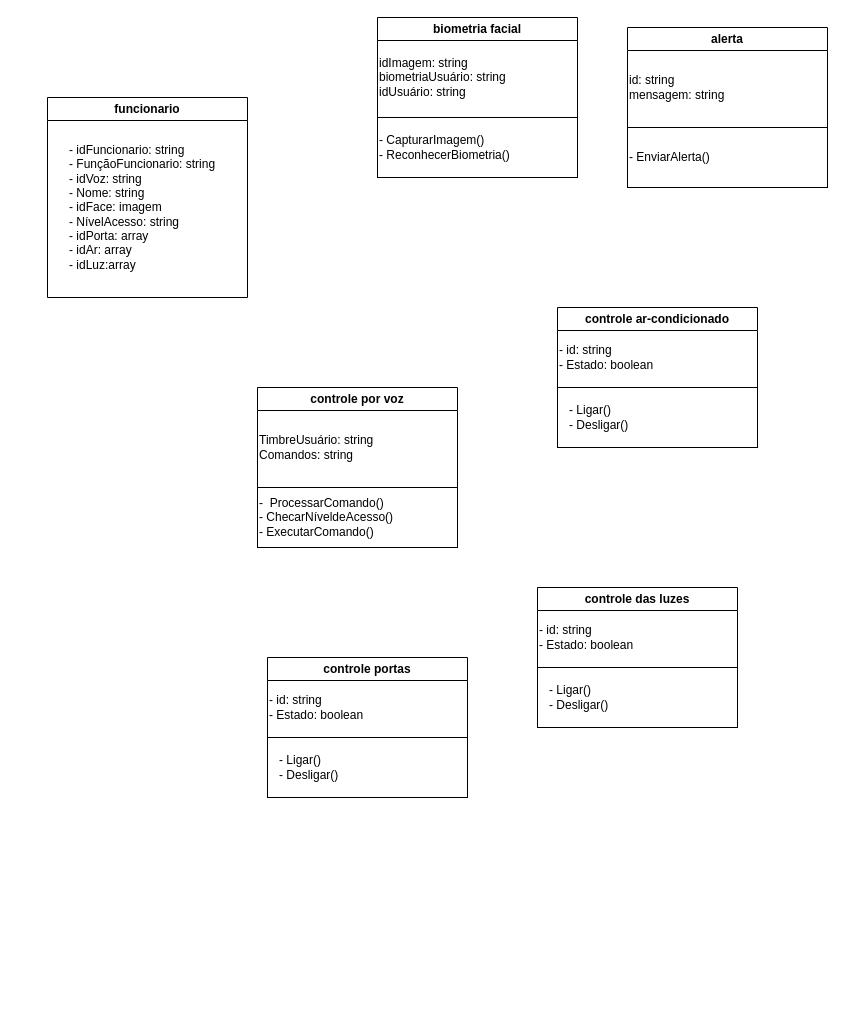
Before: diagrama de classe.drawio in kauemelenek/Banco-de-dados, a draw.io diagram. Source tidied: cells renumbered, new cells numbered last; positions are measured from the earlier drawing's top-left corner, leaving out a move shared by most shapes. Both pictures are drawn from the tidied source at 100%, with x=0, y=0 at pixel (47, 17).
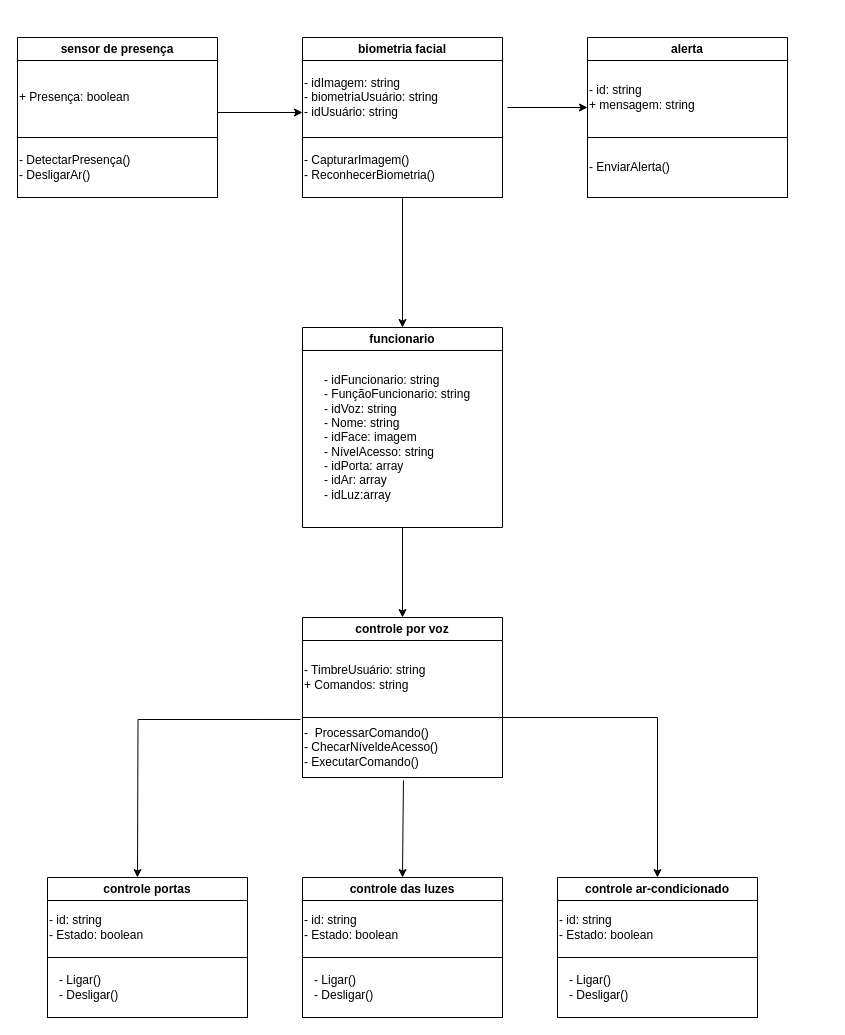
After the change.

Change to the diagram source:
```diff
@@
     <mxCell id="2" value="funcionario" style="swimlane;whiteSpace=wrap;html=1;fillColor=default;" parent="1" vertex="1">
-      <mxGeometry y="80" width="200" height="200" as="geometry" />
+      <mxGeometry x="255" y="310" width="200" height="200" as="geometry" />
     </mxCell>
@@
     <mxCell id="4" value="controle por voz" style="swimlane;whiteSpace=wrap;html=1;fillColor=default;" parent="1" vertex="1">
-      <mxGeometry x="210" y="370" width="200" height="100" as="geometry" />
+      <mxGeometry x="255" y="600" width="200" height="100" as="geometry" />
     </mxCell>
-    <mxCell id="5" value="TimbreUsuário: string&lt;div&gt;Comandos: string&lt;/div&gt;" style="text;html=1;align=left;verticalAlign=middle;strokeColor=none;fillColor=none;" parent="4" vertex="1">
+    <mxCell id="5" value="- TimbreUsuário: string&lt;div&gt;+ Comandos: string&lt;/div&gt;" style="text;html=1;align=left;verticalAlign=middle;strokeColor=none;fillColor=none;" parent="4" vertex="1">
       <mxGeometry y="40" width="140" height="40" as="geometry" />
     </mxCell>
     <mxCell id="6" value="controle ar-condicionado" style="swimlane;whiteSpace=wrap;html=1;fillColor=default;" parent="1" vertex="1">
-      <mxGeometry x="510" y="290" width="200" height="80" as="geometry" />
+      <mxGeometry x="510" y="860" width="200" height="80" as="geometry" />
     </mxCell>
@@
     <mxCell id="8" style="rounded=0;whiteSpace=wrap;html=1;fillColor=none;" parent="1" vertex="1">
-      <mxGeometry x="510" y="370" width="200" height="60" as="geometry" />
+      <mxGeometry x="510" y="940" width="200" height="60" as="geometry" />
     </mxCell>
     <mxCell id="9" value="- Ligar()&lt;div&gt;- Desligar()&lt;/div&gt;" style="text;html=1;align=left;verticalAlign=middle;strokeColor=none;fillColor=none;" parent="1" vertex="1">
-      <mxGeometry x="520" y="380" width="80" height="40" as="geometry" />
+      <mxGeometry x="520" y="950" width="80" height="40" as="geometry" />
     </mxCell>
     <mxCell id="10" value="controle das luzes" style="swimlane;whiteSpace=wrap;html=1;fillColor=default;" parent="1" vertex="1">
-      <mxGeometry x="490" y="570" width="200" height="80" as="geometry" />
+      <mxGeometry x="255" y="860" width="200" height="80" as="geometry" />
     </mxCell>
@@
     <mxCell id="12" style="rounded=0;whiteSpace=wrap;html=1;fillColor=none;" parent="1" vertex="1">
-      <mxGeometry x="490" y="650" width="200" height="60" as="geometry" />
+      <mxGeometry x="255" y="940" width="200" height="60" as="geometry" />
     </mxCell>
     <mxCell id="13" value="- Ligar()&lt;div&gt;- Desligar()&lt;/div&gt;" style="text;html=1;align=left;verticalAlign=middle;strokeColor=none;fillColor=none;" parent="1" vertex="1">
-      <mxGeometry x="500" y="660" width="80" height="40" as="geometry" />
+      <mxGeometry x="265" y="950" width="80" height="40" as="geometry" />
     </mxCell>
     <mxCell id="14" style="rounded=0;whiteSpace=wrap;html=1;fillColor=none;" parent="1" vertex="1">
-      <mxGeometry x="210" y="470" width="200" height="60" as="geometry" />
+      <mxGeometry x="255" y="700" width="200" height="60" as="geometry" />
     </mxCell>
     <mxCell id="15" value="-&amp;nbsp; ProcessarComando()&lt;div&gt;- ChecarNíveldeAcesso()&lt;/div&gt;&lt;div&gt;- ExecutarComando()&lt;/div&gt;" style="text;html=1;align=left;verticalAlign=middle;points=[];strokeColor=none;fillColor=none;" parent="1" vertex="1">
-      <mxGeometry x="210" y="470" width="160" height="60" as="geometry" />
+      <mxGeometry x="255" y="700" width="160" height="60" as="geometry" />
     </mxCell>
     <mxCell id="16" value="controle portas" style="swimlane;whiteSpace=wrap;html=1;fillColor=default;" parent="1" vertex="1">
-      <mxGeometry x="220" y="640" width="200" height="80" as="geometry" />
+      <mxGeometry y="860" width="200" height="80" as="geometry" />
     </mxCell>
@@
     <mxCell id="18" style="rounded=0;whiteSpace=wrap;html=1;fillColor=none;" parent="1" vertex="1">
-      <mxGeometry x="220" y="720" width="200" height="60" as="geometry" />
+      <mxGeometry y="940" width="200" height="60" as="geometry" />
     </mxCell>
     <mxCell id="19" value="- Ligar()&lt;div&gt;- Desligar()&lt;/div&gt;" style="text;html=1;align=left;verticalAlign=middle;strokeColor=none;fillColor=none;" parent="1" vertex="1">
-      <mxGeometry x="230" y="730" width="80" height="40" as="geometry" />
+      <mxGeometry x="10" y="950" width="80" height="40" as="geometry" />
     </mxCell>
     <mxCell id="20" value="biometria facial" style="swimlane;whiteSpace=wrap;html=1;fillColor=default;" parent="1" vertex="1">
-      <mxGeometry x="330" width="200" height="100" as="geometry" />
+      <mxGeometry x="255" y="20" width="200" height="100" as="geometry" />
     </mxCell>
-    <mxCell id="21" value="idImagem: string&lt;div&gt;biometriaUsuário: string&lt;/div&gt;&lt;div&gt;idUsuário: string&lt;/div&gt;" style="text;html=1;align=left;verticalAlign=middle;points=[];strokeColor=none;fillColor=none;" parent="20" vertex="1">
-      <mxGeometry y="30" width="150" height="60" as="geometry" />
+    <mxCell id="21" value="- idImagem: string&lt;div&gt;- biometriaUsuário: string&lt;/div&gt;&lt;div&gt;- idUsuário: string&lt;/div&gt;" style="text;html=1;align=left;verticalAlign=middle;points=[];strokeColor=none;fillColor=none;" parent="20" vertex="1">
+      <mxGeometry y="30" width="160" height="60" as="geometry" />
     </mxCell>
     <mxCell id="22" style="rounded=0;whiteSpace=wrap;html=1;fillColor=none;" parent="1" vertex="1">
-      <mxGeometry x="330" y="100" width="200" height="60" as="geometry" />
+      <mxGeometry x="255" y="120" width="200" height="60" as="geometry" />
     </mxCell>
     <mxCell id="23" value="- CapturarImagem()&lt;div&gt;- ReconhecerBiometria()&lt;/div&gt;" style="text;html=1;align=left;verticalAlign=middle;strokeColor=none;fillColor=none;" parent="1" vertex="1">
-      <mxGeometry x="330" y="110" width="150" height="40" as="geometry" />
+      <mxGeometry x="255" y="130" width="150" height="40" as="geometry" />
     </mxCell>
     <mxCell id="24" value="alerta" style="swimlane;whiteSpace=wrap;html=1;fillColor=default;" parent="1" vertex="1">
-      <mxGeometry x="580" y="10" width="200" height="100" as="geometry" />
+      <mxGeometry x="540" y="20" width="200" height="100" as="geometry" />
     </mxCell>
-    <mxCell id="25" value="id: string&lt;div&gt;mensagem: string&lt;/div&gt;" style="text;html=1;align=left;verticalAlign=middle;strokeColor=none;fillColor=none;" parent="24" vertex="1">
-      <mxGeometry y="40" width="120" height="40" as="geometry" />
+    <mxCell id="25" value="- id: string&lt;div&gt;+ mensagem: string&lt;/div&gt;" style="text;html=1;align=left;verticalAlign=middle;strokeColor=none;fillColor=none;" parent="24" vertex="1">
+      <mxGeometry y="40" width="130" height="40" as="geometry" />
     </mxCell>
     <mxCell id="26" style="rounded=0;whiteSpace=wrap;html=1;fillColor=none;" parent="1" vertex="1">
-      <mxGeometry x="580" y="110" width="200" height="60" as="geometry" />
+      <mxGeometry x="540" y="120" width="200" height="60" as="geometry" />
     </mxCell>
     <mxCell id="27" value="- EnviarAlerta()" style="text;html=1;align=left;verticalAlign=middle;strokeColor=none;fillColor=none;" parent="1" vertex="1">
-      <mxGeometry x="580" y="125" width="100" height="30" as="geometry" />
+      <mxGeometry x="540" y="135" width="100" height="30" as="geometry" />
     </mxCell>
+    <mxCell id="28" value="sensor de presença" style="swimlane;whiteSpace=wrap;html=1;fillColor=default;" parent="1" vertex="1">
+      <mxGeometry x="-30" y="20" width="200" height="100" as="geometry" />
+    </mxCell>
+    <mxCell id="29" value="+ Presença: boolean" style="text;html=1;align=left;verticalAlign=middle;strokeColor=none;fillColor=none;" parent="28" vertex="1">
+      <mxGeometry y="45" width="130" height="30" as="geometry" />
+    </mxCell>
+    <mxCell id="30" style="rounded=0;whiteSpace=wrap;html=1;fillColor=none;" parent="1" vertex="1">
+      <mxGeometry x="-30" y="120" width="200" height="60" as="geometry" />
+    </mxCell>
+    <mxCell id="31" value="- DetectarPresença()&lt;div&gt;- DesligarAr()&lt;/div&gt;" style="text;html=1;align=left;verticalAlign=middle;strokeColor=none;fillColor=none;" parent="1" vertex="1">
+      <mxGeometry x="-30" y="130" width="130" height="40" as="geometry" />
+    </mxCell>
+    <mxCell id="32" style="endArrow=classic;html=1;rounded=0;entryX=0;entryY=0.75;entryDx=0;entryDy=0;entryPerimeter=0;exitX=1;exitY=0.75;exitDx=0;exitDy=0;" parent="1" edge="1" source="28" target="21">
+      <mxGeometry relative="1" as="geometry" />
+    </mxCell>
+    <mxCell id="33" style="endArrow=classic;html=1;rounded=0;" parent="1" edge="1">
+      <mxGeometry relative="1" as="geometry">
+        <mxPoint x="460" y="90" as="sourcePoint" />
+        <mxPoint x="540" y="90" as="targetPoint" />
+      </mxGeometry>
+    </mxCell>
+    <mxCell id="34" style="endArrow=classic;html=1;rounded=0;entryX=0.5;entryY=0;entryDx=0;entryDy=0;exitX=0.5;exitY=1;exitDx=0;exitDy=0;" parent="1" edge="1" source="22" target="2">
+      <mxGeometry relative="1" as="geometry" />
+    </mxCell>
+    <mxCell id="35" style="endArrow=classic;html=1;rounded=0;entryX=0.5;entryY=0;entryDx=0;entryDy=0;exitX=0.5;exitY=1;exitDx=0;exitDy=0;" parent="1" edge="1" source="2" target="4">
+      <mxGeometry relative="1" as="geometry" />
+    </mxCell>
+    <mxCell id="36" style="endArrow=classic;html=1;rounded=0;entryX=0.5;entryY=0;entryDx=0;entryDy=0;exitX=0.631;exitY=1.05;exitDx=0;exitDy=0;exitPerimeter=0;" parent="1" edge="1" source="15" target="10">
+      <mxGeometry relative="1" as="geometry" />
+    </mxCell>
+    <mxCell id="37" style="endArrow=classic;html=1;rounded=0;entryX=0.5;entryY=0;entryDx=0;entryDy=0;exitX=-0.012;exitY=0.033;exitDx=0;exitDy=0;edgeStyle=orthogonalEdgeStyle;exitPerimeter=0;" parent="1" edge="1" source="15">
+      <mxGeometry relative="1" as="geometry">
+        <mxPoint x="90" y="860" as="targetPoint" />
+      </mxGeometry>
+    </mxCell>
+    <mxCell id="38" style="endArrow=classic;html=1;rounded=0;entryX=0.5;entryY=0;entryDx=0;entryDy=0;exitX=1;exitY=1;exitDx=0;exitDy=0;edgeStyle=orthogonalEdgeStyle;" parent="1" edge="1" source="4" target="6">
+      <mxGeometry relative="1" as="geometry">
+        <Array as="points">
+          <mxPoint x="610" y="700" />
+        </Array>
+      </mxGeometry>
+    </mxCell>
```
